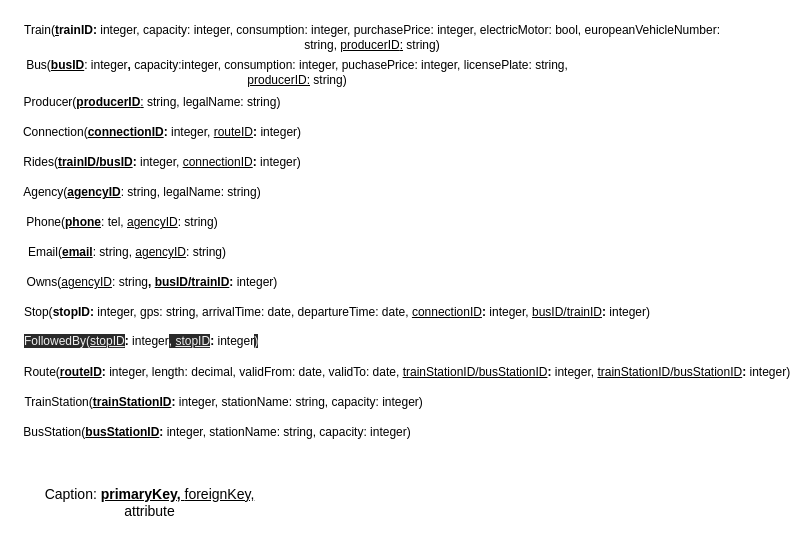
zhukovdm/T1G4 keeps this draw.io diagram as 4/model/relational.drawio. Above is the earlier version. Source tidied: cells renumbered, new cells numbered last; positions are measured from the earlier drawing's top-left corner, leaving out a move shared by most shapes. Both pictures are drawn from the tidied source at 100%, with x=0, y=0 at pixel (17, 17).
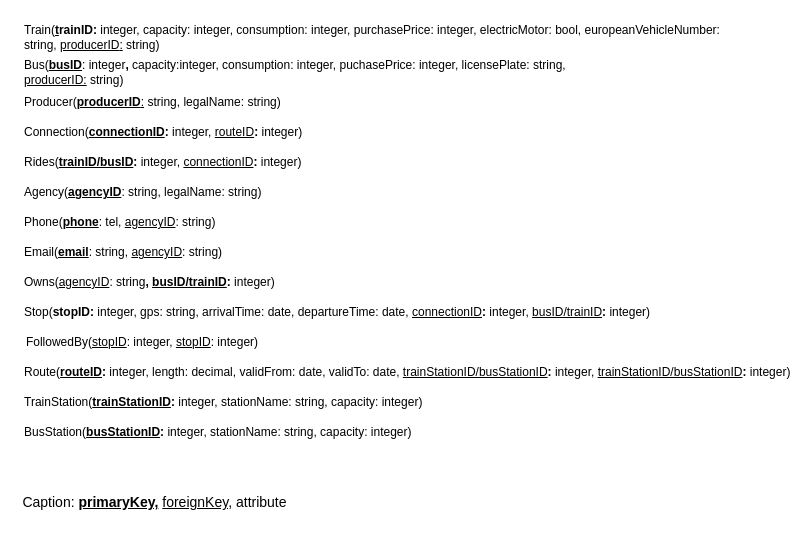
After the change.

Diff of the diagram source:
```diff
@@
 <mxGraphModel>
   <root>
     <mxCell id="0" />
     <mxCell id="1" parent="0" />
-    <mxCell id="2" value="Train(&lt;b&gt;&lt;u&gt;t&lt;/u&gt;&lt;/b&gt;&lt;b&gt;rainID:&lt;/b&gt;&amp;nbsp;integer, capacity: integer, consumption: integer, purchasePrice: integer, electricMotor: bool, europeanVehicleNumber: string, &lt;u&gt;producerID&lt;/u&gt;&lt;u&gt;:&lt;/u&gt;&amp;nbsp;string)" style="text;html=1;strokeColor=none;fillColor=none;align=center;verticalAlign=middle;whiteSpace=wrap;rounded=0;" parent="1" vertex="1">
+    <mxCell id="2" value="Train(&lt;b&gt;&lt;u&gt;t&lt;/u&gt;&lt;/b&gt;&lt;b&gt;rainID:&lt;/b&gt;&amp;nbsp;integer, capacity: integer, consumption: integer, purchasePrice: integer, electricMotor: bool, europeanVehicleNumber: string, &lt;u&gt;producerID&lt;/u&gt;&lt;u&gt;:&lt;/u&gt;&amp;nbsp;string)" style="text;html=1;strokeColor=none;fillColor=none;align=left;verticalAlign=middle;whiteSpace=wrap;rounded=0;" parent="1" vertex="1">
       <mxGeometry x="5" width="700" height="40" as="geometry" />
     </mxCell>
-    <mxCell id="3" value="Bus(&lt;u style=&quot;font-weight: bold&quot;&gt;busID&lt;/u&gt;: integer&lt;u style=&quot;font-weight: bold&quot;&gt;,&lt;/u&gt; capacity:integer, consumption: integer, puchasePrice: integer, licensePlate: string, &lt;u&gt;producerID:&lt;/u&gt;&amp;nbsp;string)" style="text;html=1;strokeColor=none;fillColor=none;align=center;verticalAlign=middle;whiteSpace=wrap;rounded=0;" parent="1" vertex="1">
+    <mxCell id="3" value="Bus(&lt;u style=&quot;font-weight: bold&quot;&gt;busID&lt;/u&gt;: integer&lt;u style=&quot;font-weight: bold&quot;&gt;,&lt;/u&gt; capacity:integer, consumption: integer, puchasePrice: integer, licensePlate: string, &lt;u&gt;producerID:&lt;/u&gt;&amp;nbsp;string)" style="text;html=1;strokeColor=none;fillColor=none;align=left;verticalAlign=middle;whiteSpace=wrap;rounded=0;" parent="1" vertex="1">
       <mxGeometry x="5" y="40" width="550" height="30" as="geometry" />
     </mxCell>
-    <mxCell id="4" value="Producer(&lt;b&gt;&lt;u&gt;producerID&lt;/u&gt;&lt;/b&gt;&lt;u&gt;:&lt;/u&gt;&amp;nbsp;string, legalName: string)" style="text;html=1;strokeColor=none;fillColor=none;align=center;verticalAlign=middle;whiteSpace=wrap;rounded=0;" parent="1" vertex="1">
+    <mxCell id="4" value="Producer(&lt;b&gt;&lt;u&gt;producerID&lt;/u&gt;&lt;/b&gt;&lt;u&gt;:&lt;/u&gt;&amp;nbsp;string, legalName: string)" style="text;html=1;strokeColor=none;fillColor=none;align=left;verticalAlign=middle;whiteSpace=wrap;rounded=0;" parent="1" vertex="1">
       <mxGeometry x="5" y="70" width="260" height="30" as="geometry" />
     </mxCell>
-    <mxCell id="5" value="Connection(&lt;b&gt;&lt;u&gt;connectionID&lt;/u&gt;&lt;/b&gt;&lt;b&gt;:&lt;/b&gt;&amp;nbsp;integer, &lt;u&gt;routeID&lt;/u&gt;&lt;b&gt;:&lt;/b&gt;&amp;nbsp;integer)" style="text;html=1;strokeColor=none;fillColor=none;align=center;verticalAlign=middle;whiteSpace=wrap;rounded=0;" parent="1" vertex="1">
-      <mxGeometry y="100" width="290" height="30" as="geometry" />
+    <mxCell id="5" value="Connection(&lt;b&gt;&lt;u&gt;connectionID&lt;/u&gt;&lt;/b&gt;&lt;b&gt;:&lt;/b&gt;&amp;nbsp;integer, &lt;u&gt;routeID&lt;/u&gt;&lt;b&gt;:&lt;/b&gt;&amp;nbsp;integer)" style="text;html=1;strokeColor=none;fillColor=none;align=left;verticalAlign=middle;whiteSpace=wrap;rounded=0;" parent="1" vertex="1">
+      <mxGeometry x="5" y="100" width="290" height="30" as="geometry" />
     </mxCell>
-    <mxCell id="6" value="Rides(&lt;b&gt;&lt;u&gt;trainID/busID&lt;/u&gt;&lt;/b&gt;&lt;b&gt;:&lt;/b&gt;&amp;nbsp;integer,&amp;nbsp;&lt;u&gt;connectionID&lt;/u&gt;&lt;b&gt;:&lt;/b&gt;&amp;nbsp;integer)" style="text;html=1;strokeColor=none;fillColor=none;align=center;verticalAlign=middle;whiteSpace=wrap;rounded=0;" parent="1" vertex="1">
+    <mxCell id="6" value="Rides(&lt;b&gt;&lt;u&gt;trainID/busID&lt;/u&gt;&lt;/b&gt;&lt;b&gt;:&lt;/b&gt;&amp;nbsp;integer,&amp;nbsp;&lt;u&gt;connectionID&lt;/u&gt;&lt;b&gt;:&lt;/b&gt;&amp;nbsp;integer)" style="text;html=1;strokeColor=none;fillColor=none;align=left;verticalAlign=middle;whiteSpace=wrap;rounded=0;" parent="1" vertex="1">
       <mxGeometry x="5" y="130" width="280" height="30" as="geometry" />
     </mxCell>
-    <mxCell id="7" value="Agency(&lt;b&gt;&lt;u&gt;agencyID&lt;/u&gt;&lt;/b&gt;: string, legalName: string)" style="text;html=1;strokeColor=none;fillColor=none;align=center;verticalAlign=middle;whiteSpace=wrap;rounded=0;" parent="1" vertex="1">
+    <mxCell id="7" value="Agency(&lt;b&gt;&lt;u&gt;agencyID&lt;/u&gt;&lt;/b&gt;: string, legalName: string)" style="text;html=1;strokeColor=none;fillColor=none;align=left;verticalAlign=middle;whiteSpace=wrap;rounded=0;" parent="1" vertex="1">
       <mxGeometry x="5" y="160" width="240" height="30" as="geometry" />
     </mxCell>
-    <mxCell id="8" value="Phone(&lt;b&gt;&lt;u&gt;phone&lt;/u&gt;&lt;/b&gt;: tel, &lt;u&gt;agencyID&lt;/u&gt;: string)" style="text;html=1;strokeColor=none;fillColor=none;align=center;verticalAlign=middle;whiteSpace=wrap;rounded=0;" parent="1" vertex="1">
+    <mxCell id="8" value="Phone(&lt;b&gt;&lt;u&gt;phone&lt;/u&gt;&lt;/b&gt;: tel, &lt;u&gt;agencyID&lt;/u&gt;: string)" style="text;html=1;strokeColor=none;fillColor=none;align=left;verticalAlign=middle;whiteSpace=wrap;rounded=0;" parent="1" vertex="1">
       <mxGeometry x="5" y="190" width="200" height="30" as="geometry" />
     </mxCell>
-    <mxCell id="9" value="Email(&lt;b&gt;&lt;u&gt;email&lt;/u&gt;&lt;/b&gt;: string, &lt;u&gt;agencyID&lt;/u&gt;: string)" style="text;html=1;strokeColor=none;fillColor=none;align=center;verticalAlign=middle;whiteSpace=wrap;rounded=0;" parent="1" vertex="1">
+    <mxCell id="9" value="Email(&lt;b&gt;&lt;u&gt;email&lt;/u&gt;&lt;/b&gt;: string, &lt;u&gt;agencyID&lt;/u&gt;: string)" style="text;html=1;strokeColor=none;fillColor=none;align=left;verticalAlign=middle;whiteSpace=wrap;rounded=0;" parent="1" vertex="1">
       <mxGeometry x="5" y="220" width="210" height="30" as="geometry" />
     </mxCell>
-    <mxCell id="10" value="Owns(&lt;u&gt;agencyID&lt;/u&gt;: string&lt;b&gt;, &lt;u&gt;busID/trainID&lt;/u&gt;&lt;/b&gt;&lt;b&gt;:&lt;/b&gt;&amp;nbsp;integer)" style="text;html=1;strokeColor=none;fillColor=none;align=center;verticalAlign=middle;whiteSpace=wrap;rounded=0;" parent="1" vertex="1">
+    <mxCell id="10" value="Owns(&lt;u&gt;agencyID&lt;/u&gt;: string&lt;b&gt;, &lt;u&gt;busID/trainID&lt;/u&gt;&lt;/b&gt;&lt;b&gt;:&lt;/b&gt;&amp;nbsp;integer)" style="text;html=1;strokeColor=none;fillColor=none;align=left;verticalAlign=middle;whiteSpace=wrap;rounded=0;" parent="1" vertex="1">
       <mxGeometry x="5" y="250" width="260" height="30" as="geometry" />
     </mxCell>
-    <mxCell id="11" value="Stop(&lt;b&gt;stopID&lt;/b&gt;&lt;b&gt;:&lt;/b&gt;&amp;nbsp;integer, gps: string, arrivalTime: date, departureTime: date, &lt;u&gt;connectionID&lt;/u&gt;&lt;b&gt;:&lt;/b&gt;&amp;nbsp;integer, &lt;u&gt;busID/trainID&lt;/u&gt;&lt;b&gt;:&lt;/b&gt;&amp;nbsp;integer)" style="text;html=1;strokeColor=none;fillColor=none;align=center;verticalAlign=middle;whiteSpace=wrap;rounded=0;" parent="1" vertex="1">
+    <mxCell id="11" value="Stop(&lt;b&gt;stopID&lt;/b&gt;&lt;b&gt;:&lt;/b&gt;&amp;nbsp;integer, gps: string, arrivalTime: date, departureTime: date, &lt;u&gt;connectionID&lt;/u&gt;&lt;b&gt;:&lt;/b&gt;&amp;nbsp;integer, &lt;u&gt;busID/trainID&lt;/u&gt;&lt;b&gt;:&lt;/b&gt;&amp;nbsp;integer)" style="text;html=1;strokeColor=none;fillColor=none;align=left;verticalAlign=middle;whiteSpace=wrap;rounded=0;" parent="1" vertex="1">
       <mxGeometry x="5" y="280" width="630" height="30" as="geometry" />
     </mxCell>
-    <mxCell id="12" value="Route(&lt;b&gt;&lt;u&gt;routeID&lt;/u&gt;&lt;/b&gt;&lt;b&gt;:&lt;/b&gt;&amp;nbsp;integer,&amp;nbsp;length: decimal, validFrom: date, validTo: date, &lt;u&gt;trainStationID/busStationID&lt;/u&gt;&lt;b&gt;:&lt;/b&gt;&amp;nbsp;integer, &lt;u&gt;trainStationID/busStationID&lt;/u&gt;&lt;b&gt;:&lt;/b&gt;&amp;nbsp;integer)" style="text;html=1;strokeColor=none;fillColor=none;align=center;verticalAlign=middle;whiteSpace=wrap;rounded=0;" parent="1" vertex="1">
+    <mxCell id="12" value="Route(&lt;b&gt;&lt;u&gt;routeID&lt;/u&gt;&lt;/b&gt;&lt;b&gt;:&lt;/b&gt;&amp;nbsp;integer,&amp;nbsp;length: decimal, validFrom: date, validTo: date, &lt;u&gt;trainStationID/busStationID&lt;/u&gt;&lt;b&gt;:&lt;/b&gt;&amp;nbsp;integer, &lt;u&gt;trainStationID/busStationID&lt;/u&gt;&lt;b&gt;:&lt;/b&gt;&amp;nbsp;integer)" style="text;html=1;strokeColor=none;fillColor=none;align=left;verticalAlign=middle;whiteSpace=wrap;rounded=0;" parent="1" vertex="1">
       <mxGeometry x="5" y="340" width="770" height="30" as="geometry" />
     </mxCell>
     <mxCell id="13" style="edgeStyle=none;html=1;" parent="1" edge="1" source="14" target="12">
       <mxGeometry relative="1" as="geometry" />
     </mxCell>
-    <mxCell id="14" value="TrainStation(&lt;b&gt;&lt;u&gt;trainStationID&lt;/u&gt;&lt;/b&gt;&lt;b&gt;:&lt;/b&gt;&amp;nbsp;integer, stationName: string, capacity: integer)&amp;nbsp;&amp;nbsp;" style="text;html=1;strokeColor=none;fillColor=none;align=center;verticalAlign=middle;whiteSpace=wrap;rounded=0;" parent="1" vertex="1">
+    <mxCell id="14" value="TrainStation(&lt;b&gt;&lt;u&gt;trainStationID&lt;/u&gt;&lt;/b&gt;&lt;b&gt;:&lt;/b&gt;&amp;nbsp;integer, stationName: string, capacity: integer)&amp;nbsp;&amp;nbsp;" style="text;html=1;strokeColor=none;fillColor=none;align=left;verticalAlign=middle;whiteSpace=wrap;rounded=0;" parent="1" vertex="1">
       <mxGeometry x="5" y="370" width="410" height="30" as="geometry" />
     </mxCell>
-    <mxCell id="15" value="BusStation(&lt;b&gt;&lt;u&gt;busStationID&lt;/u&gt;&lt;/b&gt;&lt;b&gt;:&lt;/b&gt;&amp;nbsp;integer, stationName: string, capacity: integer)" style="text;html=1;strokeColor=none;fillColor=none;align=center;verticalAlign=middle;whiteSpace=wrap;rounded=0;" parent="1" vertex="1">
+    <mxCell id="15" value="BusStation(&lt;b&gt;&lt;u&gt;busStationID&lt;/u&gt;&lt;/b&gt;&lt;b&gt;:&lt;/b&gt;&amp;nbsp;integer, stationName: string, capacity: integer)" style="text;html=1;strokeColor=none;fillColor=none;align=left;verticalAlign=middle;whiteSpace=wrap;rounded=0;" parent="1" vertex="1">
       <mxGeometry x="5" y="400" width="390" height="30" as="geometry" />
     </mxCell>
-    <mxCell id="16" value="&lt;span style=&quot;color: rgb(240 , 240 , 240) ; font-family: &amp;#34;helvetica&amp;#34; ; font-size: 12px ; font-style: normal ; font-weight: 400 ; letter-spacing: normal ; text-align: center ; text-indent: 0px ; text-transform: none ; word-spacing: 0px ; background-color: rgb(42 , 42 , 42) ; display: inline ; float: none&quot;&gt;FollowedBy(&lt;/span&gt;&lt;u style=&quot;color: rgb(240 , 240 , 240) ; font-family: &amp;#34;helvetica&amp;#34; ; font-size: 12px ; font-style: normal ; font-weight: 400 ; letter-spacing: normal ; text-align: center ; text-indent: 0px ; text-transform: none ; word-spacing: 0px ; background-color: rgb(42 , 42 , 42)&quot;&gt;stopID&lt;/u&gt;&lt;b style=&quot;text-align: center&quot;&gt;:&lt;/b&gt;&lt;span style=&quot;text-align: center&quot;&gt;&amp;nbsp;integer&lt;/span&gt;&lt;span style=&quot;color: rgb(240 , 240 , 240) ; font-family: &amp;#34;helvetica&amp;#34; ; font-size: 12px ; font-style: normal ; font-weight: 400 ; letter-spacing: normal ; text-align: center ; text-indent: 0px ; text-transform: none ; word-spacing: 0px ; background-color: rgb(42 , 42 , 42) ; display: inline ; float: none&quot;&gt;,&lt;span&gt;&amp;nbsp;&lt;/span&gt;&lt;/span&gt;&lt;u style=&quot;color: rgb(240 , 240 , 240) ; font-family: &amp;#34;helvetica&amp;#34; ; font-size: 12px ; font-style: normal ; font-weight: 400 ; letter-spacing: normal ; text-align: center ; text-indent: 0px ; text-transform: none ; word-spacing: 0px ; background-color: rgb(42 , 42 , 42)&quot;&gt;stopID&lt;/u&gt;&lt;b style=&quot;text-align: center&quot;&gt;:&lt;/b&gt;&lt;span style=&quot;text-align: center&quot;&gt;&amp;nbsp;integer&lt;/span&gt;&lt;span style=&quot;color: rgb(240 , 240 , 240) ; font-family: &amp;#34;helvetica&amp;#34; ; font-size: 12px ; font-style: normal ; font-weight: 400 ; letter-spacing: normal ; text-align: center ; text-indent: 0px ; text-transform: none ; word-spacing: 0px ; background-color: rgb(42 , 42 , 42) ; display: inline ; float: none&quot;&gt;)&lt;/span&gt;" style="text;whiteSpace=wrap;html=1;" parent="1" vertex="1">
-      <mxGeometry x="5" y="310" width="170" height="30" as="geometry" />
-    </mxCell>
-    <mxCell id="17" value="&lt;font style=&quot;font-size: 14px&quot;&gt;Caption: &lt;u&gt;&lt;b&gt;primaryKey, &lt;/b&gt;foreignKey, &lt;/u&gt;attribute&lt;/font&gt;" style="text;html=1;strokeColor=none;fillColor=none;align=center;verticalAlign=middle;whiteSpace=wrap;rounded=0;" parent="1" vertex="1">
-      <mxGeometry y="460" width="265" height="50" as="geometry" />
+    <mxCell id="17" value="&lt;font style=&quot;font-size: 14px&quot;&gt;Caption: &lt;b&gt;&lt;u&gt;primaryKey,&lt;/u&gt;&amp;nbsp;&lt;/b&gt;&lt;u&gt;foreignKey,&lt;/u&gt;&amp;nbsp;attribute&lt;/font&gt;" style="text;html=1;strokeColor=none;fillColor=none;align=center;verticalAlign=middle;whiteSpace=wrap;rounded=0;" parent="1" vertex="1">
+      <mxGeometry y="460" width="275" height="50" as="geometry" />
     </mxCell>
+    <mxCell id="18" value="&lt;div style=&quot;text-align: left&quot;&gt;&lt;span&gt;FollowedBy(&lt;/span&gt;&lt;u&gt;stopID&lt;/u&gt;&lt;span&gt;: integer, &lt;/span&gt;&lt;u&gt;stopID&lt;/u&gt;&lt;span&gt;: integer)&lt;/span&gt;&lt;/div&gt;" style="text;html=1;strokeColor=none;fillColor=none;align=center;verticalAlign=middle;whiteSpace=wrap;rounded=0;" parent="1" vertex="1">
+      <mxGeometry x="5" y="310" width="240" height="30" as="geometry" />
+    </mxCell>
   </root>
 </mxGraphModel>
```
